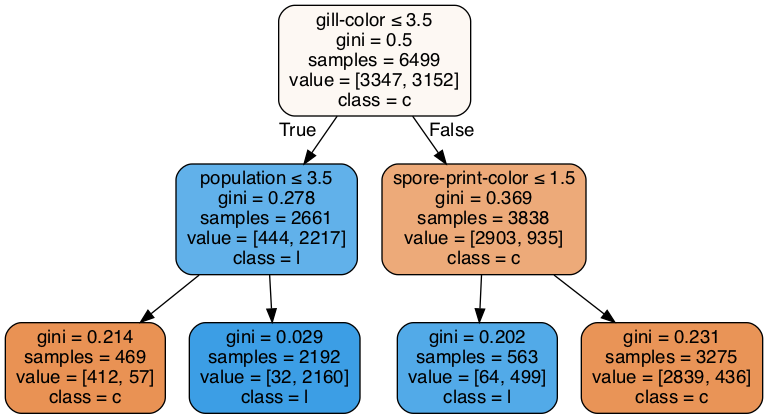
Above: Lab02/clf-max-depth-2.gv.png in anhle199/Intro2AI-HCMUS (Graphviz), before the change. Its source is kept beside it as Lab02/clf-max-depth-2.gv.
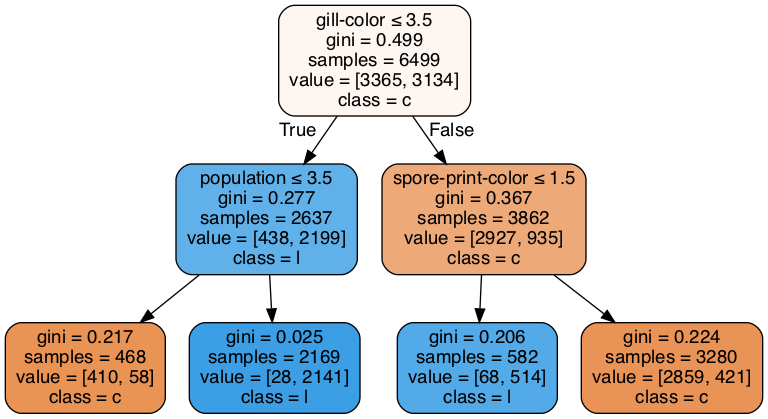
Later version of the same file.

What changed in the source:
```diff
@@ -1,17 +1,17 @@
 digraph Tree {
 node [shape=box, style="filled, rounded", color="black", fontname=helvetica] ;
 edge [fontname=helvetica] ;
-0 [label=<gill-color &le; 3.5<br/>gini = 0.5<br/>samples = 6499<br/>value = [3347, 3152]<br/>class = c>, fillcolor="#fdf8f3"] ;
-1 [label=<population &le; 3.5<br/>gini = 0.278<br/>samples = 2661<br/>value = [444, 2217]<br/>class = l>, fillcolor="#61b1ea"] ;
+0 [label=<gill-color &le; 3.5<br/>gini = 0.499<br/>samples = 6499<br/>value = [3365, 3134]<br/>class = c>, fillcolor="#fdf6f1"] ;
+1 [label=<population &le; 3.5<br/>gini = 0.277<br/>samples = 2637<br/>value = [438, 2199]<br/>class = l>, fillcolor="#60b1ea"] ;
 0 -> 1 [labeldistance=2.5, labelangle=45, headlabel="True"] ;
-2 [label=<gini = 0.214<br/>samples = 469<br/>value = [412, 57]<br/>class = c>, fillcolor="#e99254"] ;
+2 [label=<gini = 0.217<br/>samples = 468<br/>value = [410, 58]<br/>class = c>, fillcolor="#e99355"] ;
 1 -> 2 ;
-3 [label=<gini = 0.029<br/>samples = 2192<br/>value = [32, 2160]<br/>class = l>, fillcolor="#3c9ee5"] ;
+3 [label=<gini = 0.025<br/>samples = 2169<br/>value = [28, 2141]<br/>class = l>, fillcolor="#3c9ee5"] ;
 1 -> 3 ;
-4 [label=<spore-print-color &le; 1.5<br/>gini = 0.369<br/>samples = 3838<br/>value = [2903, 935]<br/>class = c>, fillcolor="#edaa79"] ;
+4 [label=<spore-print-color &le; 1.5<br/>gini = 0.367<br/>samples = 3862<br/>value = [2927, 935]<br/>class = c>, fillcolor="#eda978"] ;
 0 -> 4 [labeldistance=2.5, labelangle=-45, headlabel="False"] ;
-5 [label=<gini = 0.202<br/>samples = 563<br/>value = [64, 499]<br/>class = l>, fillcolor="#52aae8"] ;
+5 [label=<gini = 0.206<br/>samples = 582<br/>value = [68, 514]<br/>class = l>, fillcolor="#53aae8"] ;
 4 -> 5 ;
-6 [label=<gini = 0.231<br/>samples = 3275<br/>value = [2839, 436]<br/>class = c>, fillcolor="#e99457"] ;
+6 [label=<gini = 0.224<br/>samples = 3280<br/>value = [2859, 421]<br/>class = c>, fillcolor="#e99456"] ;
 4 -> 6 ;
 }
```
